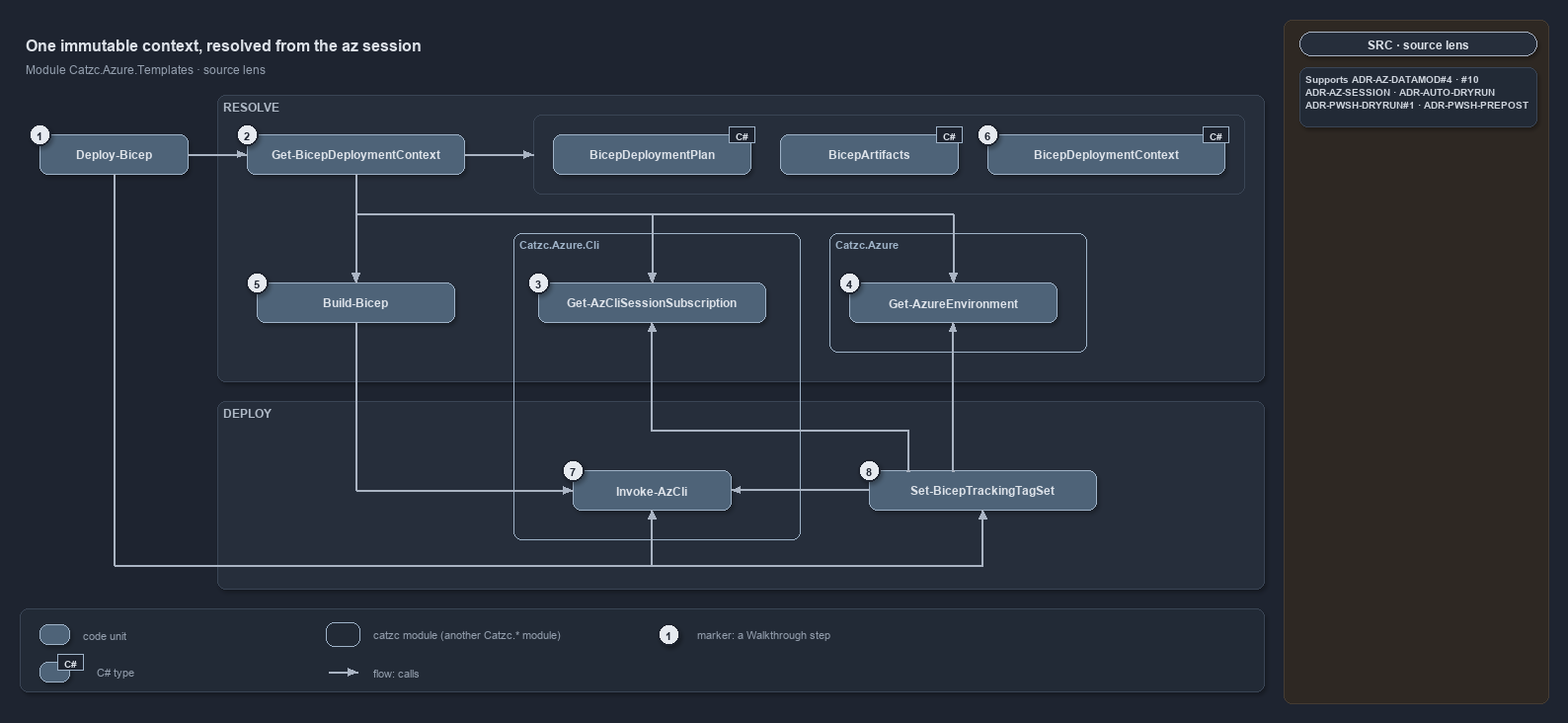
The draw.io diagram docs/references/pwsh/.assets/bicep-deploy-one-immutable-context/diagram.drawio.png in casperease/catzc, before a commit. Source tidied: cells renumbered, new cells last; positions are measured from the earlier drawing's top-left corner, leaving out a move shared by most shapes. The source it was exported from:
```xml
<mxGraphModel background="#1E2430" shadow="1">
  <root>
    <mxCell id="0" />
    <mxCell id="1" parent="0" />
    <mxCell id="2" style="rounded=1;arcSize=2;html=1;fillColor=#2E2823;strokeColor=#453C33;shadow=0;" parent="1" vertex="1">
      <mxGeometry x="1280" width="268" height="692" as="geometry" />
    </mxCell>
    <mxCell id="3" value="One immutable context, resolved from the az session" style="text;html=1;align=left;verticalAlign=middle;fontSize=16;fontStyle=1;fontColor=#DDE2E9;" parent="1" vertex="1">
      <mxGeometry y="10" width="1260" height="30" as="geometry" />
    </mxCell>
    <mxCell id="4" value="Module Catzc.Azure.Templates · source lens" style="text;html=1;align=left;verticalAlign=middle;fontSize=12;fontColor=#949FAE;" parent="1" vertex="1">
      <mxGeometry y="40" width="1260" height="20" as="geometry" />
    </mxCell>
    <mxCell id="5" value="RESOLVE" style="rounded=1;html=1;arcSize=3;fillColor=#262E3B;strokeColor=#3A4555;verticalAlign=top;align=left;spacingLeft=8;fontStyle=1;fontSize=12;fontColor=#B0BAC7;" parent="1" vertex="1">
      <mxGeometry x="200" y="76" width="1060" height="290" as="geometry" />
    </mxCell>
    <mxCell id="6" value="DEPLOY" style="rounded=1;html=1;arcSize=3;fillColor=#262E3B;strokeColor=#3A4555;verticalAlign=top;align=left;spacingLeft=8;fontStyle=1;fontSize=12;fontColor=#B0BAC7;" parent="1" vertex="1">
      <mxGeometry x="200" y="386" width="1060" height="190" as="geometry" />
    </mxCell>
    <mxCell id="7" style="rounded=1;html=1;arcSize=6;fillColor=none;strokeColor=#3A4555;shadow=0;" parent="1" vertex="1">
      <mxGeometry x="520" y="96" width="720" height="80" as="geometry" />
    </mxCell>
    <mxCell id="8" value="Catzc.Azure.Cli" style="rounded=1;html=1;arcSize=6;fillColor=none;strokeColor=#9FB3C8;strokeWidth=1.5;verticalAlign=top;align=left;spacingLeft=8;fontStyle=1;fontSize=11;fontColor=#9FB3C8;shadow=0;" parent="1" vertex="1">
      <mxGeometry x="500" y="216" width="290" height="310" as="geometry" />
    </mxCell>
    <mxCell id="9" value="Catzc.Azure" style="rounded=1;html=1;arcSize=6;fillColor=none;strokeColor=#9FB3C8;strokeWidth=1.5;verticalAlign=top;align=left;spacingLeft=8;fontStyle=1;fontSize=11;fontColor=#9FB3C8;shadow=0;" parent="1" vertex="1">
      <mxGeometry x="820" y="216" width="260" height="120" as="geometry" />
    </mxCell>
    <mxCell id="10" value="&lt;b&gt;Deploy-Bicep&lt;/b&gt;" style="rounded=1;whiteSpace=wrap;html=1;arcSize=20;fillColor=#4E6378;strokeColor=#9FB3C8;fontColor=#DDE2E9;fontSize=12;" parent="1" vertex="1">
      <mxGeometry x="20" y="116" width="150" height="40" as="geometry" />
    </mxCell>
    <mxCell id="11" value="&lt;b&gt;Get-BicepDeploymentContext&lt;/b&gt;" style="rounded=1;whiteSpace=wrap;html=1;arcSize=20;fillColor=#4E6378;strokeColor=#9FB3C8;fontColor=#DDE2E9;fontSize=12;" parent="1" vertex="1">
      <mxGeometry x="230" y="116" width="220" height="40" as="geometry" />
    </mxCell>
    <mxCell id="12" value="&lt;b&gt;BicepDeploymentPlan&lt;/b&gt;" style="rounded=1;whiteSpace=wrap;html=1;arcSize=20;fillColor=#4E6378;strokeColor=#9FB3C8;fontColor=#DDE2E9;fontSize=12;" parent="1" vertex="1">
      <mxGeometry x="540" y="116" width="200" height="40" as="geometry" />
    </mxCell>
    <mxCell id="13" value="C#" style="rounded=0;html=1;fillColor=#1E2430;strokeColor=#9FB3C8;fontColor=#DDE2E9;fontStyle=1;fontSize=10.5;shadow=0;" parent="1" vertex="1">
      <mxGeometry x="718" y="108" width="26" height="16" as="geometry" />
    </mxCell>
    <mxCell id="14" value="&lt;b&gt;BicepArtifacts&lt;/b&gt;" style="rounded=1;whiteSpace=wrap;html=1;arcSize=20;fillColor=#4E6378;strokeColor=#9FB3C8;fontColor=#DDE2E9;fontSize=12;" parent="1" vertex="1">
      <mxGeometry x="770" y="116" width="180" height="40" as="geometry" />
    </mxCell>
    <mxCell id="15" value="C#" style="rounded=0;html=1;fillColor=#1E2430;strokeColor=#9FB3C8;fontColor=#DDE2E9;fontStyle=1;fontSize=10.5;shadow=0;" parent="1" vertex="1">
      <mxGeometry x="928" y="108" width="26" height="16" as="geometry" />
    </mxCell>
    <mxCell id="16" value="&lt;b&gt;BicepDeploymentContext&lt;/b&gt;" style="rounded=1;whiteSpace=wrap;html=1;arcSize=20;fillColor=#4E6378;strokeColor=#9FB3C8;fontColor=#DDE2E9;fontSize=12;" parent="1" vertex="1">
      <mxGeometry x="980" y="116" width="240" height="40" as="geometry" />
    </mxCell>
    <mxCell id="17" value="C#" style="rounded=0;html=1;fillColor=#1E2430;strokeColor=#9FB3C8;fontColor=#DDE2E9;fontStyle=1;fontSize=10.5;shadow=0;" parent="1" vertex="1">
      <mxGeometry x="1198" y="108" width="26" height="16" as="geometry" />
    </mxCell>
    <mxCell id="18" value="&lt;b&gt;Build-Bicep&lt;/b&gt;" style="rounded=1;whiteSpace=wrap;html=1;arcSize=20;fillColor=#4E6378;strokeColor=#9FB3C8;fontColor=#DDE2E9;fontSize=12;" parent="1" vertex="1">
      <mxGeometry x="240" y="266" width="200" height="40" as="geometry" />
    </mxCell>
    <mxCell id="19" value="&lt;b&gt;Get-AzCliSessionSubscription&lt;/b&gt;" style="rounded=1;whiteSpace=wrap;html=1;arcSize=20;fillColor=#4E6378;strokeColor=#9FB3C8;fontColor=#DDE2E9;fontSize=12;" parent="1" vertex="1">
      <mxGeometry x="525" y="266" width="230" height="40" as="geometry" />
    </mxCell>
    <mxCell id="20" value="&lt;b&gt;Invoke-AzCli&lt;/b&gt;" style="rounded=1;whiteSpace=wrap;html=1;arcSize=20;fillColor=#4E6378;strokeColor=#9FB3C8;fontColor=#DDE2E9;fontSize=12;" parent="1" vertex="1">
      <mxGeometry x="560" y="456" width="160" height="40" as="geometry" />
    </mxCell>
    <mxCell id="21" value="&lt;b&gt;Get-AzureEnvironment&lt;/b&gt;" style="rounded=1;whiteSpace=wrap;html=1;arcSize=20;fillColor=#4E6378;strokeColor=#9FB3C8;fontColor=#DDE2E9;fontSize=12;" parent="1" vertex="1">
      <mxGeometry x="840" y="266" width="210" height="40" as="geometry" />
    </mxCell>
    <mxCell id="22" value="&lt;b&gt;Set-BicepTrackingTagSet&lt;/b&gt;" style="rounded=1;whiteSpace=wrap;html=1;arcSize=20;fillColor=#4E6378;strokeColor=#9FB3C8;fontColor=#DDE2E9;fontSize=12;" parent="1" vertex="1">
      <mxGeometry x="860" y="456" width="230" height="40" as="geometry" />
    </mxCell>
    <mxCell id="23" style="text;html=1;strokeColor=none;fillColor=none;" parent="1" vertex="1">
      <mxGeometry x="520" y="136" width="1" height="1" as="geometry" />
    </mxCell>
    <mxCell id="24" style="text;html=1;strokeColor=none;fillColor=none;" parent="1" vertex="1">
      <mxGeometry x="340" y="196" width="1" height="1" as="geometry" />
    </mxCell>
    <mxCell id="25" style="text;html=1;strokeColor=none;fillColor=none;" parent="1" vertex="1">
      <mxGeometry x="640" y="196" width="1" height="1" as="geometry" />
    </mxCell>
    <mxCell id="26" style="text;html=1;strokeColor=none;fillColor=none;" parent="1" vertex="1">
      <mxGeometry x="945" y="196" width="1" height="1" as="geometry" />
    </mxCell>
    <mxCell id="27" style="text;html=1;strokeColor=none;fillColor=none;" parent="1" vertex="1">
      <mxGeometry x="340" y="476" width="1" height="1" as="geometry" />
    </mxCell>
    <mxCell id="28" style="text;html=1;strokeColor=none;fillColor=none;" parent="1" vertex="1">
      <mxGeometry x="95" y="552" width="1" height="1" as="geometry" />
    </mxCell>
    <mxCell id="29" style="text;html=1;strokeColor=none;fillColor=none;" parent="1" vertex="1">
      <mxGeometry x="640" y="552" width="1" height="1" as="geometry" />
    </mxCell>
    <mxCell id="30" style="text;html=1;strokeColor=none;fillColor=none;" parent="1" vertex="1">
      <mxGeometry x="975" y="552" width="1" height="1" as="geometry" />
    </mxCell>
    <mxCell id="31" style="text;html=1;strokeColor=none;fillColor=none;" parent="1" vertex="1">
      <mxGeometry x="945" y="456" width="1" height="1" as="geometry" />
    </mxCell>
    <mxCell id="32" style="text;html=1;strokeColor=none;fillColor=none;" parent="1" vertex="1">
      <mxGeometry x="900" y="456" width="1" height="1" as="geometry" />
    </mxCell>
    <mxCell id="33" style="text;html=1;strokeColor=none;fillColor=none;" parent="1" vertex="1">
      <mxGeometry x="900" y="416" width="1" height="1" as="geometry" />
    </mxCell>
    <mxCell id="34" style="text;html=1;strokeColor=none;fillColor=none;" parent="1" vertex="1">
      <mxGeometry x="640" y="416" width="1" height="1" as="geometry" />
    </mxCell>
    <mxCell id="35" style="edgeStyle=orthogonalEdgeStyle;rounded=1;html=1;fontSize=10;fontColor=#CDD3DC;endArrow=block;strokeColor=#AAB4C3;shadow=0;" parent="1" edge="1" source="10" target="11">
      <mxGeometry relative="1" as="geometry" />
    </mxCell>
    <mxCell id="36" style="edgeStyle=orthogonalEdgeStyle;rounded=1;html=1;fontSize=10;fontColor=#CDD3DC;endArrow=block;strokeColor=#AAB4C3;shadow=0;" parent="1" edge="1" source="11" target="23">
      <mxGeometry relative="1" as="geometry" />
    </mxCell>
    <mxCell id="37" style="edgeStyle=orthogonalEdgeStyle;rounded=1;html=1;endArrow=none;strokeColor=#AAB4C3;shadow=0;" parent="1" edge="1" source="11" target="24">
      <mxGeometry relative="1" as="geometry" />
    </mxCell>
    <mxCell id="38" style="edgeStyle=orthogonalEdgeStyle;rounded=1;html=1;endArrow=none;strokeColor=#AAB4C3;shadow=0;" parent="1" edge="1" source="24" target="25">
      <mxGeometry relative="1" as="geometry" />
    </mxCell>
    <mxCell id="39" style="edgeStyle=orthogonalEdgeStyle;rounded=1;html=1;fontSize=10;fontColor=#CDD3DC;endArrow=block;strokeColor=#AAB4C3;shadow=0;" parent="1" edge="1" source="25" target="19">
      <mxGeometry relative="1" as="geometry" />
    </mxCell>
    <mxCell id="40" style="edgeStyle=orthogonalEdgeStyle;rounded=1;html=1;endArrow=none;strokeColor=#AAB4C3;shadow=0;" parent="1" edge="1" source="25" target="26">
      <mxGeometry relative="1" as="geometry" />
    </mxCell>
    <mxCell id="41" style="edgeStyle=orthogonalEdgeStyle;rounded=1;html=1;fontSize=10;fontColor=#CDD3DC;endArrow=block;strokeColor=#AAB4C3;shadow=0;" parent="1" edge="1" source="26" target="21">
      <mxGeometry relative="1" as="geometry" />
    </mxCell>
    <mxCell id="42" style="edgeStyle=orthogonalEdgeStyle;rounded=1;html=1;fontSize=10;fontColor=#CDD3DC;endArrow=block;strokeColor=#AAB4C3;shadow=0;" parent="1" edge="1" source="24" target="18">
      <mxGeometry relative="1" as="geometry" />
    </mxCell>
    <mxCell id="43" style="edgeStyle=orthogonalEdgeStyle;rounded=1;html=1;endArrow=none;strokeColor=#AAB4C3;shadow=0;" parent="1" edge="1" source="18" target="27">
      <mxGeometry relative="1" as="geometry" />
    </mxCell>
    <mxCell id="44" style="edgeStyle=orthogonalEdgeStyle;rounded=1;html=1;fontSize=10;fontColor=#CDD3DC;endArrow=block;strokeColor=#AAB4C3;shadow=0;" parent="1" edge="1" source="27" target="20">
      <mxGeometry relative="1" as="geometry" />
    </mxCell>
    <mxCell id="45" style="edgeStyle=orthogonalEdgeStyle;rounded=1;html=1;endArrow=none;strokeColor=#AAB4C3;shadow=0;" parent="1" edge="1" source="10" target="28">
      <mxGeometry relative="1" as="geometry" />
    </mxCell>
    <mxCell id="46" style="edgeStyle=orthogonalEdgeStyle;rounded=1;html=1;endArrow=none;strokeColor=#AAB4C3;shadow=0;" parent="1" edge="1" source="28" target="29">
      <mxGeometry relative="1" as="geometry" />
    </mxCell>
    <mxCell id="47" style="edgeStyle=orthogonalEdgeStyle;rounded=1;html=1;fontSize=10;fontColor=#CDD3DC;endArrow=block;strokeColor=#AAB4C3;shadow=0;" parent="1" edge="1" source="29" target="20">
      <mxGeometry relative="1" as="geometry" />
    </mxCell>
    <mxCell id="48" style="edgeStyle=orthogonalEdgeStyle;rounded=1;html=1;endArrow=none;strokeColor=#AAB4C3;shadow=0;" parent="1" edge="1" source="29" target="30">
      <mxGeometry relative="1" as="geometry" />
    </mxCell>
    <mxCell id="49" style="edgeStyle=orthogonalEdgeStyle;rounded=1;html=1;fontSize=10;fontColor=#CDD3DC;endArrow=block;strokeColor=#AAB4C3;shadow=0;" parent="1" edge="1" source="30" target="22">
      <mxGeometry relative="1" as="geometry" />
    </mxCell>
    <mxCell id="50" style="edgeStyle=orthogonalEdgeStyle;rounded=1;html=1;fontSize=10;fontColor=#CDD3DC;endArrow=block;strokeColor=#AAB4C3;shadow=0;" parent="1" edge="1" source="22" target="20">
      <mxGeometry relative="1" as="geometry" />
    </mxCell>
    <mxCell id="51" style="edgeStyle=orthogonalEdgeStyle;rounded=1;html=1;endArrow=none;strokeColor=#AAB4C3;shadow=0;" parent="1" edge="1" source="22" target="31">
      <mxGeometry relative="1" as="geometry" />
    </mxCell>
    <mxCell id="52" style="edgeStyle=orthogonalEdgeStyle;rounded=1;html=1;fontSize=10;fontColor=#CDD3DC;endArrow=block;strokeColor=#AAB4C3;shadow=0;" parent="1" edge="1" source="31" target="21">
      <mxGeometry relative="1" as="geometry" />
    </mxCell>
    <mxCell id="53" style="edgeStyle=orthogonalEdgeStyle;rounded=1;html=1;endArrow=none;strokeColor=#AAB4C3;shadow=0;" parent="1" edge="1" source="22" target="32">
      <mxGeometry relative="1" as="geometry" />
    </mxCell>
    <mxCell id="54" style="edgeStyle=orthogonalEdgeStyle;rounded=1;html=1;endArrow=none;strokeColor=#AAB4C3;shadow=0;" parent="1" edge="1" source="32" target="33">
      <mxGeometry relative="1" as="geometry" />
    </mxCell>
    <mxCell id="55" style="edgeStyle=orthogonalEdgeStyle;rounded=1;html=1;endArrow=none;strokeColor=#AAB4C3;shadow=0;" parent="1" edge="1" source="33" target="34">
      <mxGeometry relative="1" as="geometry" />
    </mxCell>
    <mxCell id="56" style="edgeStyle=orthogonalEdgeStyle;rounded=1;html=1;fontSize=10;fontColor=#CDD3DC;endArrow=block;strokeColor=#AAB4C3;shadow=0;" parent="1" edge="1" source="34" target="19">
      <mxGeometry relative="1" as="geometry" />
    </mxCell>
    <mxCell id="57" value="1" style="ellipse;html=1;fillColor=#E6EAF0;strokeColor=#1E2430;strokeWidth=2;fontColor=#1E2430;fontStyle=1;fontSize=11;" parent="1" vertex="1">
      <mxGeometry x="9" y="105" width="22" height="22" as="geometry" />
    </mxCell>
    <mxCell id="58" value="2" style="ellipse;html=1;fillColor=#E6EAF0;strokeColor=#1E2430;strokeWidth=2;fontColor=#1E2430;fontStyle=1;fontSize=11;" parent="1" vertex="1">
      <mxGeometry x="219" y="105" width="22" height="22" as="geometry" />
    </mxCell>
    <mxCell id="59" value="3" style="ellipse;html=1;fillColor=#E6EAF0;strokeColor=#1E2430;strokeWidth=2;fontColor=#1E2430;fontStyle=1;fontSize=11;" parent="1" vertex="1">
      <mxGeometry x="514" y="255" width="22" height="22" as="geometry" />
    </mxCell>
    <mxCell id="60" value="4" style="ellipse;html=1;fillColor=#E6EAF0;strokeColor=#1E2430;strokeWidth=2;fontColor=#1E2430;fontStyle=1;fontSize=11;" parent="1" vertex="1">
      <mxGeometry x="829" y="255" width="22" height="22" as="geometry" />
    </mxCell>
    <mxCell id="61" value="5" style="ellipse;html=1;fillColor=#E6EAF0;strokeColor=#1E2430;strokeWidth=2;fontColor=#1E2430;fontStyle=1;fontSize=11;" parent="1" vertex="1">
      <mxGeometry x="229" y="255" width="22" height="22" as="geometry" />
    </mxCell>
    <mxCell id="62" value="6" style="ellipse;html=1;fillColor=#E6EAF0;strokeColor=#1E2430;strokeWidth=2;fontColor=#1E2430;fontStyle=1;fontSize=11;" parent="1" vertex="1">
      <mxGeometry x="969" y="105" width="22" height="22" as="geometry" />
    </mxCell>
    <mxCell id="63" value="7" style="ellipse;html=1;fillColor=#E6EAF0;strokeColor=#1E2430;strokeWidth=2;fontColor=#1E2430;fontStyle=1;fontSize=11;" parent="1" vertex="1">
      <mxGeometry x="549" y="445" width="22" height="22" as="geometry" />
    </mxCell>
    <mxCell id="64" value="8" style="ellipse;html=1;fillColor=#E6EAF0;strokeColor=#1E2430;strokeWidth=2;fontColor=#1E2430;fontStyle=1;fontSize=11;" parent="1" vertex="1">
      <mxGeometry x="849" y="445" width="22" height="22" as="geometry" />
    </mxCell>
    <mxCell id="65" style="rounded=1;arcSize=6;html=1;fillColor=#222A36;strokeColor=#3A4555;" parent="1" vertex="1">
      <mxGeometry y="596" width="1260" height="84" as="geometry" />
    </mxCell>
    <mxCell id="66" style="rounded=1;whiteSpace=wrap;html=1;arcSize=20;fillColor=#4E6378;strokeColor=#9FB3C8;" parent="1" vertex="1">
      <mxGeometry x="20" y="612" width="30" height="20" as="geometry" />
    </mxCell>
    <mxCell id="67" value="code unit" style="text;html=1;align=left;verticalAlign=middle;fontSize=11;fontColor=#949FAE;" parent="1" vertex="1">
      <mxGeometry x="58" y="612" width="200" height="20" as="geometry" />
    </mxCell>
    <mxCell id="68" style="rounded=1;whiteSpace=wrap;html=1;arcSize=20;fillColor=#4E6378;strokeColor=#9FB3C8;" parent="1" vertex="1">
      <mxGeometry x="20" y="650" width="30" height="20" as="geometry" />
    </mxCell>
    <mxCell id="69" value="C#" style="rounded=0;html=1;fillColor=#1E2430;strokeColor=#9FB3C8;fontColor=#DDE2E9;fontStyle=1;fontSize=10.5;shadow=0;" parent="1" vertex="1">
      <mxGeometry x="38" y="642" width="26" height="16" as="geometry" />
    </mxCell>
    <mxCell id="70" value="C# type" style="text;html=1;align=left;verticalAlign=middle;fontSize=11;fontColor=#949FAE;" parent="1" vertex="1">
      <mxGeometry x="72" y="650" width="200" height="20" as="geometry" />
    </mxCell>
    <mxCell id="71" style="rounded=1;html=1;arcSize=6;fillColor=none;strokeColor=#9FB3C8;strokeWidth=1.5;shadow=0;" parent="1" vertex="1">
      <mxGeometry x="310" y="610" width="34" height="24" as="geometry" />
    </mxCell>
    <mxCell id="72" value="catzc module (another Catzc.* module)" style="text;html=1;align=left;verticalAlign=middle;fontSize=11;fontColor=#949FAE;" parent="1" vertex="1">
      <mxGeometry x="352" y="612" width="260" height="20" as="geometry" />
    </mxCell>
    <mxCell id="73" style="text;html=1;strokeColor=none;fillColor=none;" parent="1" vertex="1">
      <mxGeometry x="312" y="660" width="1" height="1" as="geometry" />
    </mxCell>
    <mxCell id="74" style="text;html=1;strokeColor=none;fillColor=none;" parent="1" vertex="1">
      <mxGeometry x="342" y="660" width="1" height="1" as="geometry" />
    </mxCell>
    <mxCell id="75" style="edgeStyle=orthogonalEdgeStyle;rounded=1;html=1;endArrow=block;strokeColor=#AAB4C3;shadow=0;" parent="1" edge="1" source="73" target="74">
      <mxGeometry relative="1" as="geometry" />
    </mxCell>
    <mxCell id="76" value="flow: calls" style="text;html=1;align=left;verticalAlign=middle;fontSize=11;fontColor=#949FAE;" parent="1" vertex="1">
      <mxGeometry x="352" y="650" width="220" height="20" as="geometry" />
    </mxCell>
    <mxCell id="77" value="1" style="ellipse;html=1;fillColor=#E6EAF0;strokeColor=#1E2430;strokeWidth=2;fontColor=#1E2430;fontStyle=1;fontSize=11;" parent="1" vertex="1">
      <mxGeometry x="646" y="611" width="22" height="22" as="geometry" />
    </mxCell>
    <mxCell id="78" value="marker: a Walkthrough step" style="text;html=1;align=left;verticalAlign=middle;fontSize=11;fontColor=#949FAE;" parent="1" vertex="1">
      <mxGeometry x="680" y="612" width="220" height="20" as="geometry" />
    </mxCell>
    <mxCell id="79" value="SRC · source lens" style="rounded=1;arcSize=50;whiteSpace=wrap;html=1;fillColor=#262E3B;strokeColor=#AAB4C3;fontColor=#DDE2E9;fontStyle=1;fontSize=12;" parent="1" vertex="1">
      <mxGeometry x="1296" y="12" width="240" height="24" as="geometry" />
    </mxCell>
    <mxCell id="80" value="&lt;b&gt;Supports&lt;/b&gt; ADR-AZ-DATAMOD#4 · #10&lt;br&gt;ADR-AZ-SESSION · ADR-AUTO-DRYRUN&lt;br&gt;ADR-PWSH-DRYRUN#1 · ADR-PWSH-PREPOST" style="rounded=1;arcSize=6;whiteSpace=wrap;html=1;align=left;verticalAlign=top;spacingLeft=6;fontSize=10.5;fontColor=#CDD3DC;fillColor=#222A36;strokeColor=#3A4555;" parent="1" vertex="1">
      <mxGeometry x="1296" y="48" width="240" height="60" as="geometry" />
    </mxCell>
  </root>
</mxGraphModel>
```
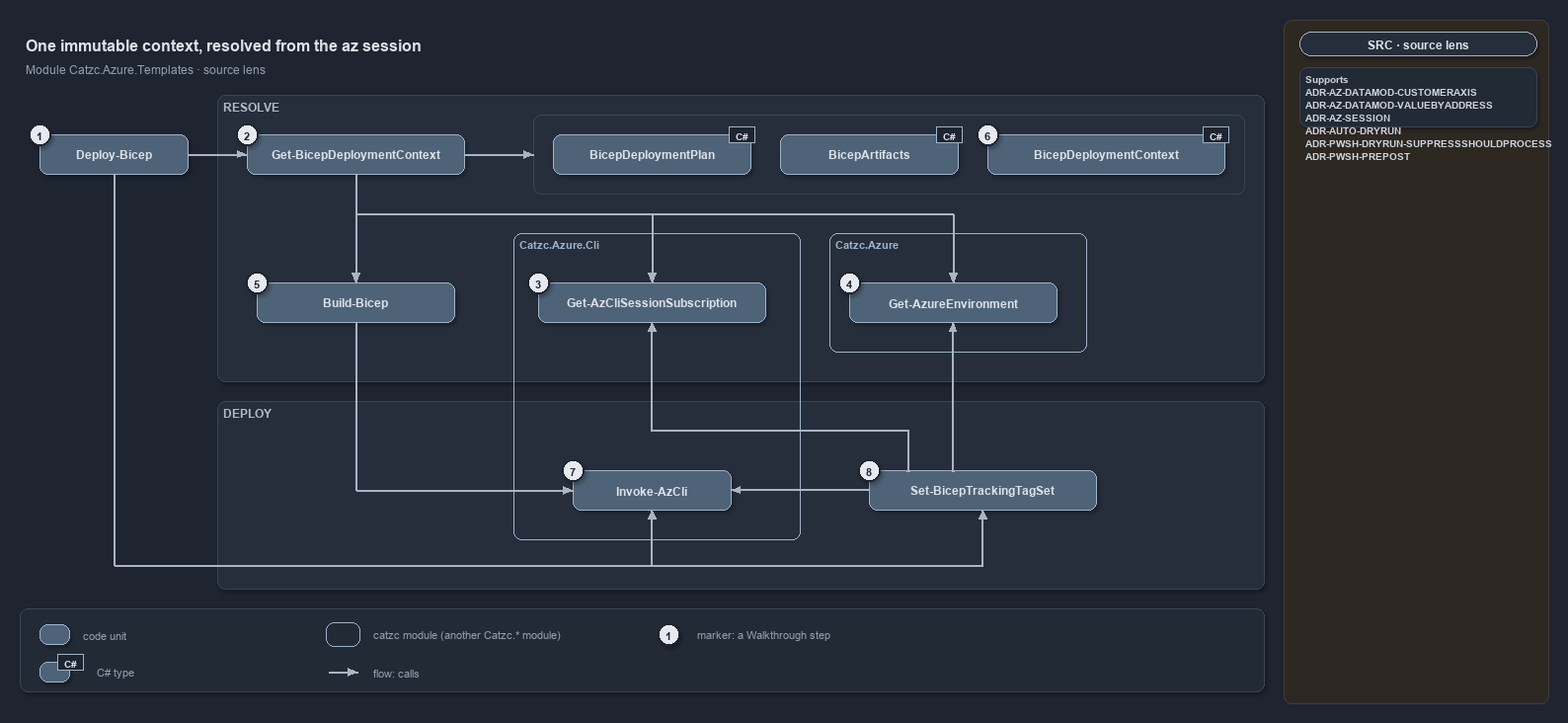
After the commit.

What changed in the source:
```diff
@@ -236,7 +236,7 @@
     <mxCell id="79" value="SRC · source lens" style="rounded=1;arcSize=50;whiteSpace=wrap;html=1;fillColor=#262E3B;strokeColor=#AAB4C3;fontColor=#DDE2E9;fontStyle=1;fontSize=12;" parent="1" vertex="1">
       <mxGeometry x="1296" y="12" width="240" height="24" as="geometry" />
     </mxCell>
-    <mxCell id="80" value="&lt;b&gt;Supports&lt;/b&gt; ADR-AZ-DATAMOD#4 · #10&lt;br&gt;ADR-AZ-SESSION · ADR-AUTO-DRYRUN&lt;br&gt;ADR-PWSH-DRYRUN#1 · ADR-PWSH-PREPOST" style="rounded=1;arcSize=6;whiteSpace=wrap;html=1;align=left;verticalAlign=top;spacingLeft=6;fontSize=10.5;fontColor=#CDD3DC;fillColor=#222A36;strokeColor=#3A4555;" parent="1" vertex="1">
+    <mxCell id="80" value="&lt;b&gt;Supports&lt;/b&gt;&lt;br&gt;ADR-AZ-DATAMOD-CUSTOMERAXIS&lt;br&gt;ADR-AZ-DATAMOD-VALUEBYADDRESS&lt;br&gt;ADR-AZ-SESSION&lt;br&gt;ADR-AUTO-DRYRUN&lt;br&gt;ADR-PWSH-DRYRUN-SUPPRESSSHOULDPROCESS&lt;br&gt;ADR-PWSH-PREPOST" style="rounded=1;arcSize=6;whiteSpace=wrap;html=1;align=left;verticalAlign=top;spacingLeft=6;fontSize=10.5;fontColor=#CDD3DC;fillColor=#222A36;strokeColor=#3A4555;" parent="1" vertex="1">
       <mxGeometry x="1296" y="48" width="240" height="60" as="geometry" />
     </mxCell>
   </root>
```
